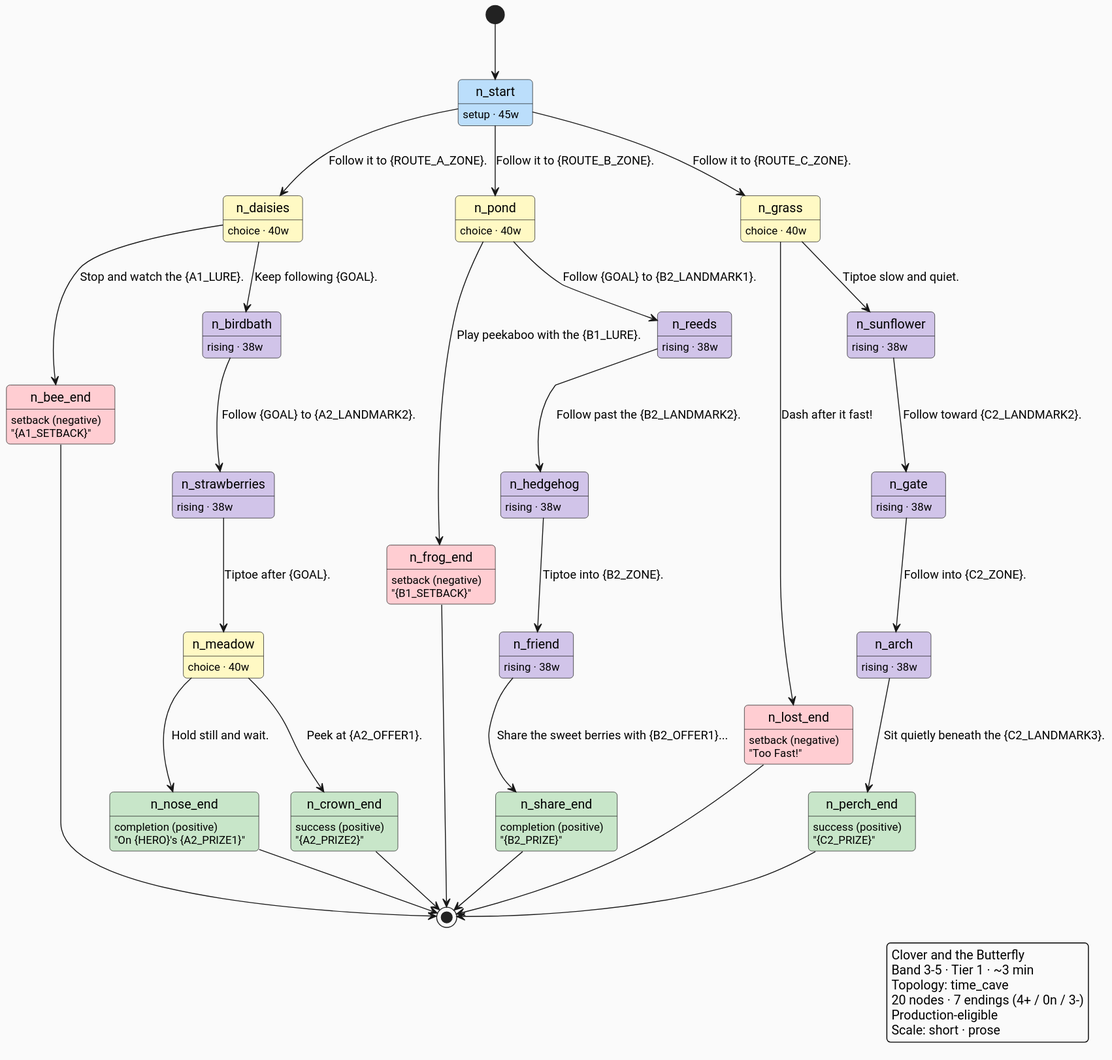
The PlantUML diagram docs/architecture/diagrams/skeletons/3-5/the-clover-and-the-butterfly.svg in ByronWilliamsCPA/cyo-adventure, before a commit.
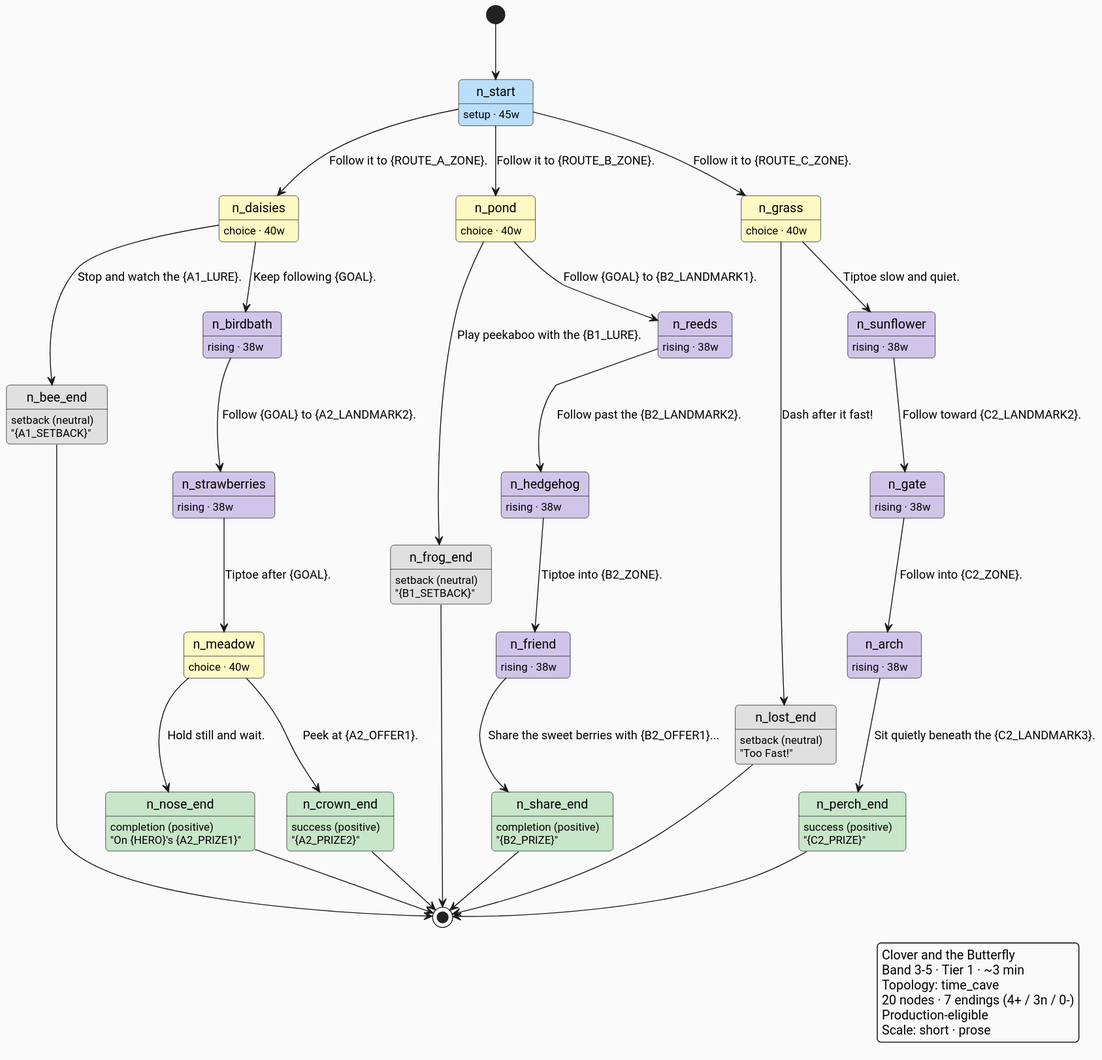
After the change.

Change to the diagram source:
```diff
@@ -9,8 +9,8 @@
 n_start : setup · 45w
 state n_daisies #FFF9C4
 n_daisies : choice · 40w
-state n_bee_end #FFCDD2
-n_bee_end : setback (negative)
+state n_bee_end #E0E0E0
+n_bee_end : setback (neutral)
 n_bee_end : "{A1_SETBACK}"
 state n_birdbath #D1C4E9
 n_birdbath : rising · 38w
@@ -26,8 +26,8 @@
 n_crown_end : "{A2_PRIZE2}"
 state n_pond #FFF9C4
 n_pond : choice · 40w
-state n_frog_end #FFCDD2
-n_frog_end : setback (negative)
+state n_frog_end #E0E0E0
+n_frog_end : setback (neutral)
 n_frog_end : "{B1_SETBACK}"
 state n_reeds #D1C4E9
 n_reeds : rising · 38w
@@ -40,8 +40,8 @@
 n_share_end : "{B2_PRIZE}"
 state n_grass #FFF9C4
 n_grass : choice · 40w
-state n_lost_end #FFCDD2
-n_lost_end : setback (negative)
+state n_lost_end #E0E0E0
+n_lost_end : setback (neutral)
 n_lost_end : "Too Fast!"
 state n_sunflower #D1C4E9
 n_sunflower : rising · 38w
@@ -83,7 +83,7 @@
   Clover and the Butterfly
   Band 3-5 · Tier 1 · ~3 min
   Topology: time_cave
-  20 nodes · 7 endings (4+ / 0n / 3-)
+  20 nodes · 7 endings (4+ / 3n / 0-)
   Production-eligible
   Scale: short · prose
 endlegend
```
